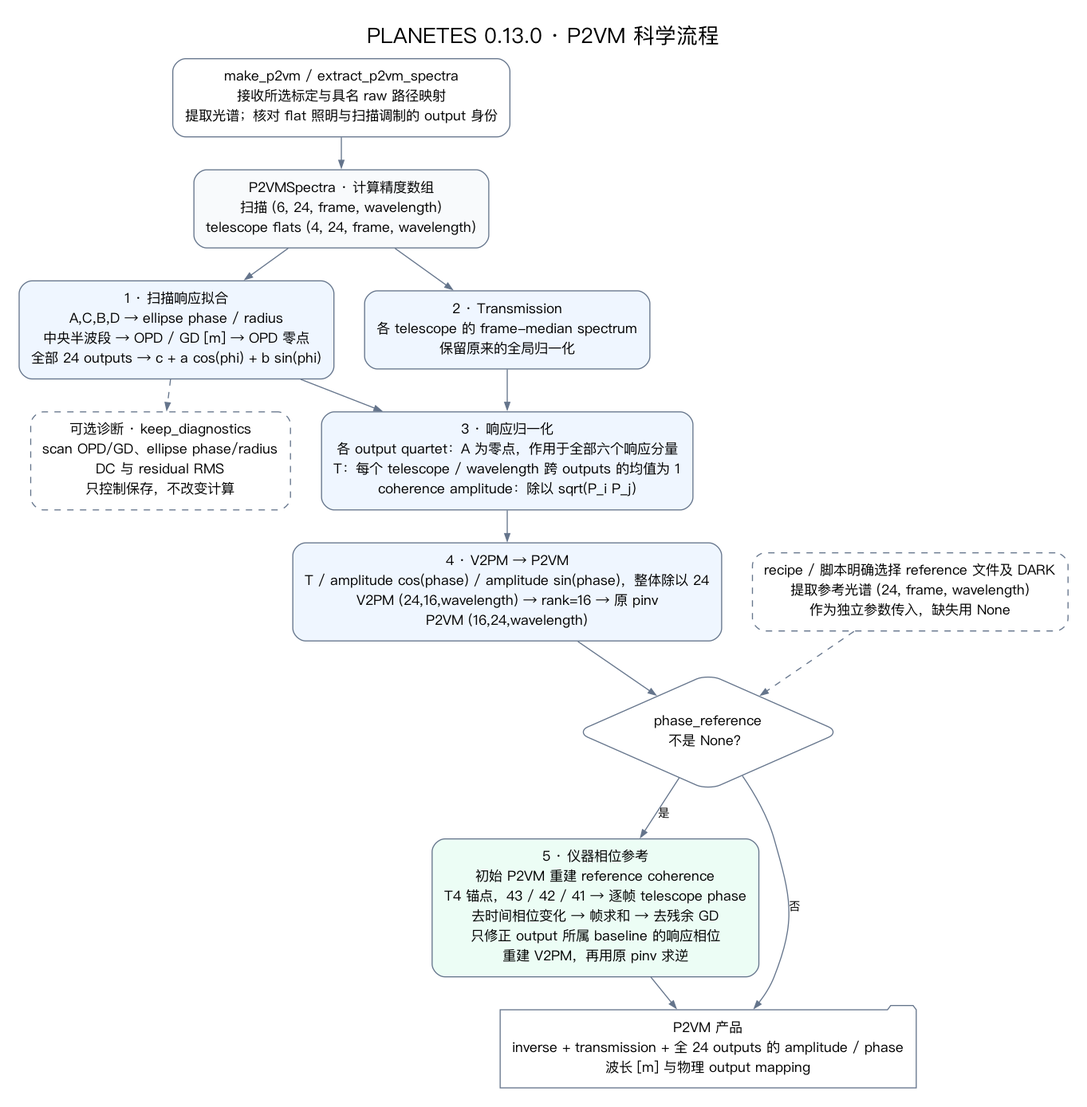
The Graphviz diagram docs/p2vm_flow.png in zexwu/planetes_pipe, before a commit. Its source is kept beside it as docs/p2vm_flow.dot.
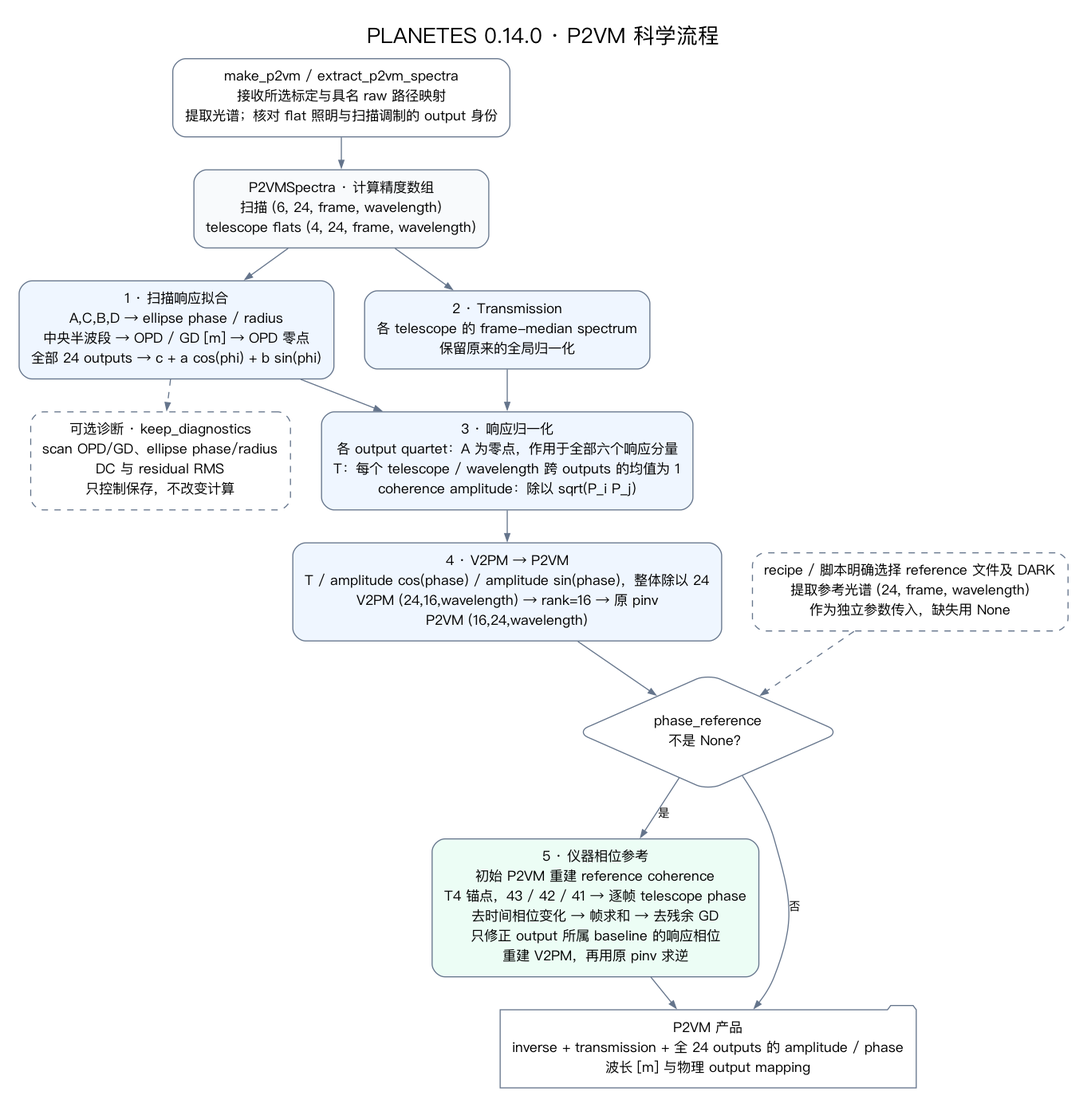
After the commit.

Diff of the diagram source:
```diff
@@ -1,5 +1,5 @@
 digraph P2VM {
-  graph [rankdir=TB, bgcolor="white", pad=0.25, nodesep=0.4, ranksep=0.4, fontname="PingFang SC", fontsize=20, label="PLANETES 0.13.0 · P2VM 科学流程", labelloc=t];
+  graph [rankdir=TB, bgcolor="white", pad=0.25, nodesep=0.4, ranksep=0.4, fontname="PingFang SC", fontsize=20, label="PLANETES 0.14.0 · P2VM 科学流程", labelloc=t];
   node [shape=box, style="rounded", fontname="PingFang SC", fontsize=13, color="#64748b", margin="0.16,0.12"];
   edge [fontname="PingFang SC", fontsize=11, color="#64748b", arrowsize=0.7];
   files [label="make_p2vm / extract_p2vm_spectra\n接收所选标定与具名 raw 路径映射\n提取光谱；核对 flat 照明与扫描调制的 output 身份"];
```
